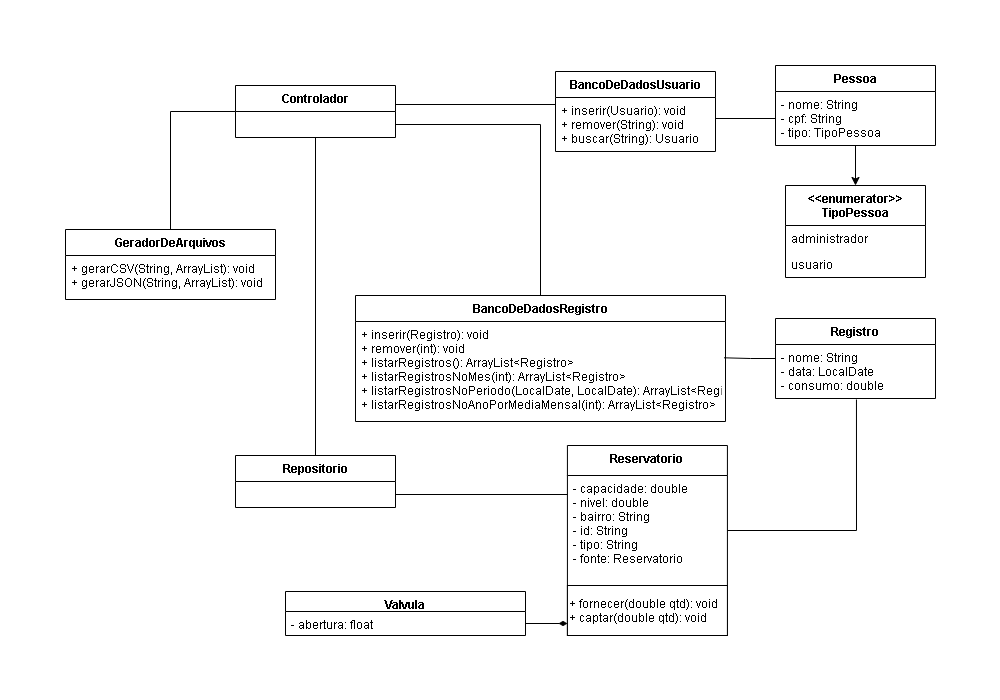
Before: informações do projeto/entrega 02 - diagrama de classes UML/Waterway.png, a diagram exported from draw.io (ronaldo26rodrigues/Lifeway). Source tidied: cells renumbered, new cells last; positions are measured from the earlier drawing's top-left corner, leaving out a move shared by most shapes. Its diagram source:
```xml
<mxGraphModel>
  <root>
    <mxCell id="0" />
    <mxCell id="1" parent="0" />
    <mxCell id="2" style="edgeStyle=orthogonalEdgeStyle;rounded=0;jettySize=auto;html=1;exitX=1;exitY=0.5;exitDx=0;exitDy=0;entryX=0.506;entryY=1.019;entryDx=0;entryDy=0;entryPerimeter=0;endArrow=none;endFill=0;" parent="1" edge="1" source="4" target="10">
      <mxGeometry relative="1" as="geometry" />
    </mxCell>
    <mxCell id="3" value="Reservatorio" style="swimlane;fontStyle=1;align=center;verticalAlign=top;horizontal=1;startSize=30;" parent="1" vertex="1">
      <mxGeometry x="501.9" y="380" width="160" height="190" as="geometry" />
    </mxCell>
    <mxCell id="4" value="- capacidade: double&#10;- nivel: double&#10;- bairro: String&#10;- id: String&#10;- tipo: String&#10;- fonte: Reservatorio" style="text;strokeColor=none;fillColor=none;align=left;verticalAlign=top;spacingLeft=4;spacingRight=4;overflow=hidden;points=[[0,0.5],[1,0.5]];portConstraint=eastwest;" parent="3" vertex="1">
      <mxGeometry y="30" width="160" height="110" as="geometry" />
    </mxCell>
    <mxCell id="5" value="+ fornecer(double qtd): void&lt;br&gt;+ captar(double qtd): void" style="html=1;align=left;" parent="3" vertex="1">
      <mxGeometry y="140" width="160" height="50" as="geometry" />
    </mxCell>
    <mxCell id="6" value="Valvula" style="swimlane;fontStyle=1;align=center;verticalAlign=top;horizontal=1;startSize=20;" parent="1" vertex="1">
      <mxGeometry x="220" y="526" width="240" height="44" as="geometry" />
    </mxCell>
    <mxCell id="7" value="- abertura: float" style="text;strokeColor=none;fillColor=none;align=left;verticalAlign=top;spacingLeft=4;spacingRight=4;overflow=hidden;points=[[0,0.5],[1,0.5]];portConstraint=eastwest;" parent="6" vertex="1">
      <mxGeometry y="20" width="240" height="24" as="geometry" />
    </mxCell>
    <mxCell id="8" style="edgeStyle=orthogonalEdgeStyle;rounded=0;jettySize=auto;html=1;entryX=0.996;entryY=0.363;entryDx=0;entryDy=0;entryPerimeter=0;endArrow=none;endFill=0;" parent="1" edge="1" source="9" target="15">
      <mxGeometry relative="1" as="geometry" />
    </mxCell>
    <mxCell id="9" value="Registro" style="swimlane;fontStyle=1;align=center;verticalAlign=top;horizontal=1;startSize=26;" parent="1" vertex="1">
      <mxGeometry x="710" y="253" width="160" height="80" as="geometry" />
    </mxCell>
    <mxCell id="10" value="- nome: String&#10;- data: LocalDate&#10;- consumo: double" style="text;strokeColor=none;fillColor=none;align=left;verticalAlign=top;spacingLeft=4;spacingRight=4;overflow=hidden;points=[[0,0.5],[1,0.5]];portConstraint=eastwest;" parent="9" vertex="1">
      <mxGeometry y="26" width="160" height="54" as="geometry" />
    </mxCell>
    <mxCell id="11" style="edgeStyle=orthogonalEdgeStyle;rounded=0;jettySize=auto;html=1;exitX=0.5;exitY=1;exitDx=0;exitDy=0;entryX=0.5;entryY=0;entryDx=0;entryDy=0;" parent="1" edge="1" source="12" target="21">
      <mxGeometry relative="1" as="geometry" />
    </mxCell>
    <mxCell id="12" value="Pessoa" style="swimlane;fontStyle=1;align=center;verticalAlign=top;horizontal=1;startSize=26;" parent="1" vertex="1">
      <mxGeometry x="710" width="160" height="80" as="geometry" />
    </mxCell>
    <mxCell id="13" value="- nome: String&#10;- cpf: String&#10;- tipo: TipoPessoa" style="text;strokeColor=none;fillColor=none;align=left;verticalAlign=top;spacingLeft=4;spacingRight=4;overflow=hidden;points=[[0,0.5],[1,0.5]];portConstraint=eastwest;" parent="12" vertex="1">
      <mxGeometry y="26" width="160" height="54" as="geometry" />
    </mxCell>
    <mxCell id="14" value="BancoDeDadosRegistro" style="swimlane;fontStyle=1;align=center;verticalAlign=top;horizontal=1;startSize=26;" parent="1" vertex="1">
      <mxGeometry x="290" y="230" width="370" height="126" as="geometry" />
    </mxCell>
    <mxCell id="15" value="+ inserir(Registro): void&#10;+ remover(int): void&#10;+ listarRegistros(): ArrayList&lt;Registro&gt;&#10;+ listarRegistrosNoMes(int): ArrayList&lt;Registro&gt;&#10;+ listarRegistrosNoPeriodo(LocalDate, LocalDate): ArrayList&lt;Registro&gt;&#10;+ listarRegistrosNoAnoPorMediaMensal(int): ArrayList&lt;Registro&gt;" style="text;strokeColor=none;fillColor=none;align=left;verticalAlign=top;spacingLeft=4;spacingRight=4;overflow=hidden;points=[[0,0.5],[1,0.5]];portConstraint=eastwest;" parent="14" vertex="1">
      <mxGeometry y="26" width="370" height="100" as="geometry" />
    </mxCell>
    <mxCell id="16" style="edgeStyle=orthogonalEdgeStyle;rounded=0;orthogonalLoop=1;jettySize=auto;html=1;entryX=1;entryY=0.5;entryDx=0;entryDy=0;startArrow=none;startFill=0;endArrow=none;endFill=0;" parent="1" edge="1">
      <mxGeometry relative="1" as="geometry">
        <mxPoint x="490" y="39" as="sourcePoint" />
        <mxPoint x="330" y="39" as="targetPoint" />
      </mxGeometry>
    </mxCell>
    <mxCell id="17" value="BancoDeDadosUsuario" style="swimlane;fontStyle=1;align=center;verticalAlign=top;horizontal=1;startSize=26;" parent="1" vertex="1">
      <mxGeometry x="490" y="6" width="160" height="80" as="geometry" />
    </mxCell>
    <mxCell id="18" value="+ inserir(Usuario): void&#10;+ remover(String): void&#10;+ buscar(String): Usuario" style="text;strokeColor=none;fillColor=none;align=left;verticalAlign=top;spacingLeft=4;spacingRight=4;overflow=hidden;" parent="17" vertex="1">
      <mxGeometry y="26" width="160" height="54" as="geometry" />
    </mxCell>
    <mxCell id="19" value="GeradorDeArquivos" style="swimlane;fontStyle=1;align=center;verticalAlign=top;horizontal=1;startSize=26;" parent="1" vertex="1">
      <mxGeometry y="164" width="210" height="70" as="geometry" />
    </mxCell>
    <mxCell id="20" value="+ gerarCSV(String, ArrayList): void&#10;+ gerarJSON(String, ArrayList): void" style="text;strokeColor=none;fillColor=none;align=left;verticalAlign=top;spacingLeft=4;spacingRight=4;overflow=hidden;" parent="19" vertex="1">
      <mxGeometry y="26" width="210" height="44" as="geometry" />
    </mxCell>
    <mxCell id="21" value="&lt;&lt;enumerator&gt;&gt;&#10;TipoPessoa" style="swimlane;fontStyle=1;horizontal=1;startSize=40;fillColor=none;" parent="1" vertex="1">
      <mxGeometry x="720" y="120" width="140" height="92" as="geometry" />
    </mxCell>
    <mxCell id="22" value="administrador" style="text;strokeColor=none;fillColor=none;align=left;verticalAlign=top;spacingLeft=4;spacingRight=4;overflow=hidden;" parent="21" vertex="1">
      <mxGeometry y="40" width="140" height="26" as="geometry" />
    </mxCell>
    <mxCell id="23" value="usuario" style="text;strokeColor=none;fillColor=none;align=left;verticalAlign=top;spacingLeft=4;spacingRight=4;overflow=hidden;" parent="21" vertex="1">
      <mxGeometry y="66" width="140" height="26" as="geometry" />
    </mxCell>
    <mxCell id="24" style="edgeStyle=orthogonalEdgeStyle;rounded=0;jettySize=auto;html=1;endArrow=none;endFill=0;" parent="1" edge="1" target="13">
      <mxGeometry relative="1" as="geometry">
        <mxPoint x="650" y="53" as="sourcePoint" />
      </mxGeometry>
    </mxCell>
    <mxCell id="25" style="edgeStyle=orthogonalEdgeStyle;rounded=0;jettySize=auto;html=1;endArrow=diamondThin;endFill=1;" parent="1" edge="1" source="7">
      <mxGeometry relative="1" as="geometry">
        <mxPoint x="502" y="558" as="targetPoint" />
      </mxGeometry>
    </mxCell>
    <mxCell id="26" style="edgeStyle=orthogonalEdgeStyle;rounded=0;jettySize=auto;html=1;exitX=0;exitY=0.5;exitDx=0;exitDy=0;startArrow=none;startFill=0;endArrow=none;endFill=0;entryX=0.5;entryY=0;entryDx=0;entryDy=0;" parent="1" edge="1" source="27" target="19">
      <mxGeometry relative="1" as="geometry" />
    </mxCell>
    <mxCell id="27" value="Controlador" style="swimlane;fontStyle=1;align=center;verticalAlign=top;horizontal=1;startSize=26;" parent="1" vertex="1">
      <mxGeometry x="170" y="20" width="160" height="52" as="geometry" />
    </mxCell>
    <mxCell id="28" style="edgeStyle=orthogonalEdgeStyle;rounded=0;jettySize=auto;html=1;entryX=0.5;entryY=0;entryDx=0;entryDy=0;startArrow=none;startFill=0;endArrow=none;endFill=0;exitX=1;exitY=0.75;exitDx=0;exitDy=0;" parent="1" edge="1" source="27" target="14">
      <mxGeometry relative="1" as="geometry" />
    </mxCell>
    <mxCell id="29" style="edgeStyle=orthogonalEdgeStyle;rounded=0;jettySize=auto;html=1;exitX=0.5;exitY=0;exitDx=0;exitDy=0;entryX=0.5;entryY=1;entryDx=0;entryDy=0;startArrow=none;startFill=0;endArrow=none;endFill=0;" parent="1" edge="1" source="30" target="27">
      <mxGeometry relative="1" as="geometry" />
    </mxCell>
    <mxCell id="30" value="Repositorio" style="swimlane;fontStyle=1;align=center;verticalAlign=top;horizontal=1;startSize=26;" parent="1" vertex="1">
      <mxGeometry x="170" y="390" width="160" height="52" as="geometry" />
    </mxCell>
    <mxCell id="31" style="edgeStyle=orthogonalEdgeStyle;rounded=0;jettySize=auto;html=1;entryX=1;entryY=0.75;entryDx=0;entryDy=0;startArrow=none;startFill=0;endArrow=none;endFill=0;" parent="1" edge="1" target="30">
      <mxGeometry relative="1" as="geometry">
        <mxPoint x="502" y="429" as="sourcePoint" />
      </mxGeometry>
    </mxCell>
  </root>
</mxGraphModel>
```
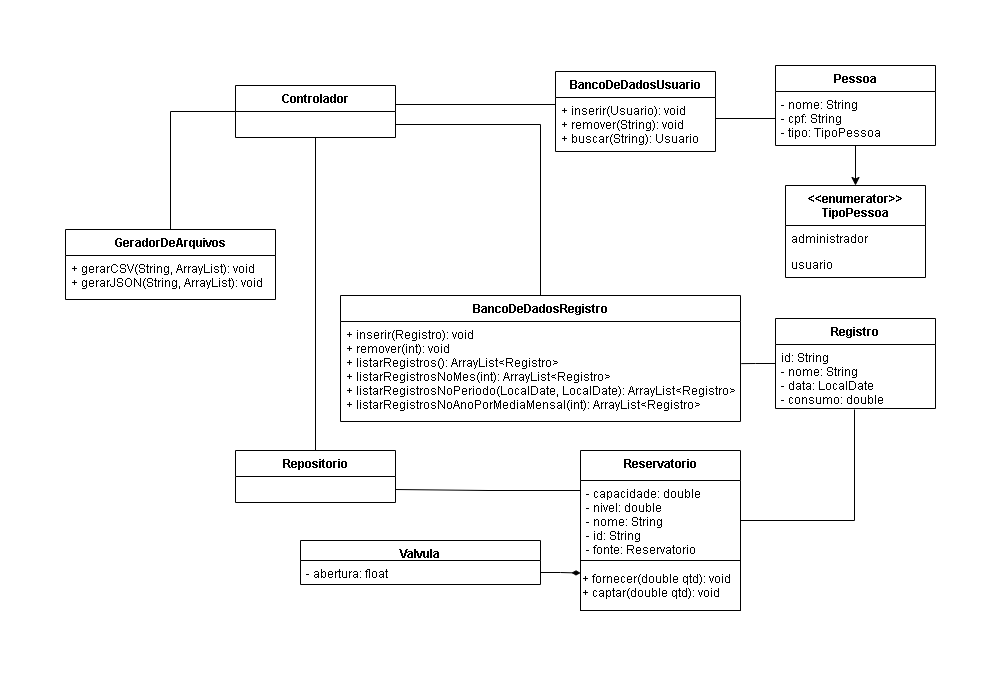
The same diagram one commit later.

Commit message:
diagrama atualizado

What changed in the source:
```diff
@@ -2,32 +2,34 @@
   <root>
     <mxCell id="0" />
     <mxCell id="1" parent="0" />
-    <mxCell id="2" style="edgeStyle=orthogonalEdgeStyle;rounded=0;jettySize=auto;html=1;exitX=1;exitY=0.5;exitDx=0;exitDy=0;entryX=0.506;entryY=1.019;entryDx=0;entryDy=0;entryPerimeter=0;endArrow=none;endFill=0;" parent="1" edge="1" source="4" target="10">
-      <mxGeometry relative="1" as="geometry" />
+    <mxCell id="2" style="edgeStyle=orthogonalEdgeStyle;rounded=0;jettySize=auto;html=1;exitX=1;exitY=0.5;exitDx=0;exitDy=0;endArrow=none;endFill=0;" parent="1" edge="1" source="4">
+      <mxGeometry relative="1" as="geometry">
+        <mxPoint x="789" y="344" as="targetPoint" />
+      </mxGeometry>
     </mxCell>
     <mxCell id="3" value="Reservatorio" style="swimlane;fontStyle=1;align=center;verticalAlign=top;horizontal=1;startSize=30;" parent="1" vertex="1">
-      <mxGeometry x="501.9" y="380" width="160" height="190" as="geometry" />
+      <mxGeometry x="515" y="385" width="160" height="160" as="geometry" />
     </mxCell>
-    <mxCell id="4" value="- capacidade: double&#10;- nivel: double&#10;- bairro: String&#10;- id: String&#10;- tipo: String&#10;- fonte: Reservatorio" style="text;strokeColor=none;fillColor=none;align=left;verticalAlign=top;spacingLeft=4;spacingRight=4;overflow=hidden;points=[[0,0.5],[1,0.5]];portConstraint=eastwest;" parent="3" vertex="1">
-      <mxGeometry y="30" width="160" height="110" as="geometry" />
+    <mxCell id="4" value="- capacidade: double&#10;- nivel: double&#10;- nome: String&#10;- id: String&#10;- fonte: Reservatorio" style="text;strokeColor=none;fillColor=none;align=left;verticalAlign=top;spacingLeft=4;spacingRight=4;overflow=hidden;points=[[0,0.5],[1,0.5]];portConstraint=eastwest;" parent="3" vertex="1">
+      <mxGeometry y="30" width="160" height="80" as="geometry" />
     </mxCell>
     <mxCell id="5" value="+ fornecer(double qtd): void&lt;br&gt;+ captar(double qtd): void" style="html=1;align=left;" parent="3" vertex="1">
-      <mxGeometry y="140" width="160" height="50" as="geometry" />
+      <mxGeometry y="110" width="160" height="50" as="geometry" />
     </mxCell>
     <mxCell id="6" value="Valvula" style="swimlane;fontStyle=1;align=center;verticalAlign=top;horizontal=1;startSize=20;" parent="1" vertex="1">
-      <mxGeometry x="220" y="526" width="240" height="44" as="geometry" />
+      <mxGeometry x="235" y="475" width="240" height="44" as="geometry" />
     </mxCell>
     <mxCell id="7" value="- abertura: float" style="text;strokeColor=none;fillColor=none;align=left;verticalAlign=top;spacingLeft=4;spacingRight=4;overflow=hidden;points=[[0,0.5],[1,0.5]];portConstraint=eastwest;" parent="6" vertex="1">
       <mxGeometry y="20" width="240" height="24" as="geometry" />
     </mxCell>
-    <mxCell id="8" style="edgeStyle=orthogonalEdgeStyle;rounded=0;jettySize=auto;html=1;entryX=0.996;entryY=0.363;entryDx=0;entryDy=0;entryPerimeter=0;endArrow=none;endFill=0;" parent="1" edge="1" source="9" target="15">
+    <mxCell id="8" style="edgeStyle=orthogonalEdgeStyle;rounded=0;jettySize=auto;html=1;endArrow=none;endFill=0;entryX=1.002;entryY=0.421;entryDx=0;entryDy=0;entryPerimeter=0;" parent="1" edge="1" source="9" target="15">
       <mxGeometry relative="1" as="geometry" />
     </mxCell>
     <mxCell id="9" value="Registro" style="swimlane;fontStyle=1;align=center;verticalAlign=top;horizontal=1;startSize=26;" parent="1" vertex="1">
-      <mxGeometry x="710" y="253" width="160" height="80" as="geometry" />
+      <mxGeometry x="710" y="253" width="160" height="90" as="geometry" />
     </mxCell>
-    <mxCell id="10" value="- nome: String&#10;- data: LocalDate&#10;- consumo: double" style="text;strokeColor=none;fillColor=none;align=left;verticalAlign=top;spacingLeft=4;spacingRight=4;overflow=hidden;points=[[0,0.5],[1,0.5]];portConstraint=eastwest;" parent="9" vertex="1">
-      <mxGeometry y="26" width="160" height="54" as="geometry" />
+    <mxCell id="10" value="id: String&#10;- nome: String&#10;- data: LocalDate&#10;- consumo: double" style="text;strokeColor=none;fillColor=none;align=left;verticalAlign=top;spacingLeft=4;spacingRight=4;overflow=hidden;points=[[0,0.5],[1,0.5]];portConstraint=eastwest;" parent="9" vertex="1">
+      <mxGeometry y="26" width="160" height="64" as="geometry" />
     </mxCell>
     <mxCell id="11" style="edgeStyle=orthogonalEdgeStyle;rounded=0;jettySize=auto;html=1;exitX=0.5;exitY=1;exitDx=0;exitDy=0;entryX=0.5;entryY=0;entryDx=0;entryDy=0;" parent="1" edge="1" source="12" target="21">
       <mxGeometry relative="1" as="geometry" />
@@ -39,10 +41,10 @@
       <mxGeometry y="26" width="160" height="54" as="geometry" />
     </mxCell>
     <mxCell id="14" value="BancoDeDadosRegistro" style="swimlane;fontStyle=1;align=center;verticalAlign=top;horizontal=1;startSize=26;" parent="1" vertex="1">
-      <mxGeometry x="290" y="230" width="370" height="126" as="geometry" />
+      <mxGeometry x="275" y="230" width="400" height="126" as="geometry" />
     </mxCell>
     <mxCell id="15" value="+ inserir(Registro): void&#10;+ remover(int): void&#10;+ listarRegistros(): ArrayList&lt;Registro&gt;&#10;+ listarRegistrosNoMes(int): ArrayList&lt;Registro&gt;&#10;+ listarRegistrosNoPeriodo(LocalDate, LocalDate): ArrayList&lt;Registro&gt;&#10;+ listarRegistrosNoAnoPorMediaMensal(int): ArrayList&lt;Registro&gt;" style="text;strokeColor=none;fillColor=none;align=left;verticalAlign=top;spacingLeft=4;spacingRight=4;overflow=hidden;points=[[0,0.5],[1,0.5]];portConstraint=eastwest;" parent="14" vertex="1">
-      <mxGeometry y="26" width="370" height="100" as="geometry" />
+      <mxGeometry y="26" width="400" height="100" as="geometry" />
     </mxCell>
     <mxCell id="16" style="edgeStyle=orthogonalEdgeStyle;rounded=0;orthogonalLoop=1;jettySize=auto;html=1;entryX=1;entryY=0.5;entryDx=0;entryDy=0;startArrow=none;startFill=0;endArrow=none;endFill=0;" parent="1" edge="1">
       <mxGeometry relative="1" as="geometry">
@@ -76,10 +78,8 @@
         <mxPoint x="650" y="53" as="sourcePoint" />
       </mxGeometry>
     </mxCell>
-    <mxCell id="25" style="edgeStyle=orthogonalEdgeStyle;rounded=0;jettySize=auto;html=1;endArrow=diamondThin;endFill=1;" parent="1" edge="1" source="7">
-      <mxGeometry relative="1" as="geometry">
-        <mxPoint x="502" y="558" as="targetPoint" />
-      </mxGeometry>
+    <mxCell id="25" style="edgeStyle=orthogonalEdgeStyle;rounded=0;jettySize=auto;html=1;endArrow=diamondThin;endFill=1;entryX=0;entryY=0.25;entryDx=0;entryDy=0;" parent="1" edge="1" source="7" target="5">
+      <mxGeometry relative="1" as="geometry" />
     </mxCell>
     <mxCell id="26" style="edgeStyle=orthogonalEdgeStyle;rounded=0;jettySize=auto;html=1;exitX=0;exitY=0.5;exitDx=0;exitDy=0;startArrow=none;startFill=0;endArrow=none;endFill=0;entryX=0.5;entryY=0;entryDx=0;entryDy=0;" parent="1" edge="1" source="27" target="19">
       <mxGeometry relative="1" as="geometry" />
@@ -94,12 +94,10 @@
       <mxGeometry relative="1" as="geometry" />
     </mxCell>
     <mxCell id="30" value="Repositorio" style="swimlane;fontStyle=1;align=center;verticalAlign=top;horizontal=1;startSize=26;" parent="1" vertex="1">
-      <mxGeometry x="170" y="390" width="160" height="52" as="geometry" />
+      <mxGeometry x="170" y="385" width="160" height="52" as="geometry" />
     </mxCell>
-    <mxCell id="31" style="edgeStyle=orthogonalEdgeStyle;rounded=0;jettySize=auto;html=1;entryX=1;entryY=0.75;entryDx=0;entryDy=0;startArrow=none;startFill=0;endArrow=none;endFill=0;" parent="1" edge="1" target="30">
-      <mxGeometry relative="1" as="geometry">
-        <mxPoint x="502" y="429" as="sourcePoint" />
-      </mxGeometry>
+    <mxCell id="31" style="edgeStyle=orthogonalEdgeStyle;rounded=0;jettySize=auto;html=1;entryX=1;entryY=0.75;entryDx=0;entryDy=0;startArrow=none;startFill=0;endArrow=none;endFill=0;exitX=0;exitY=0.25;exitDx=0;exitDy=0;" parent="1" edge="1" source="3" target="30">
+      <mxGeometry relative="1" as="geometry" />
     </mxCell>
   </root>
 </mxGraphModel>
```
